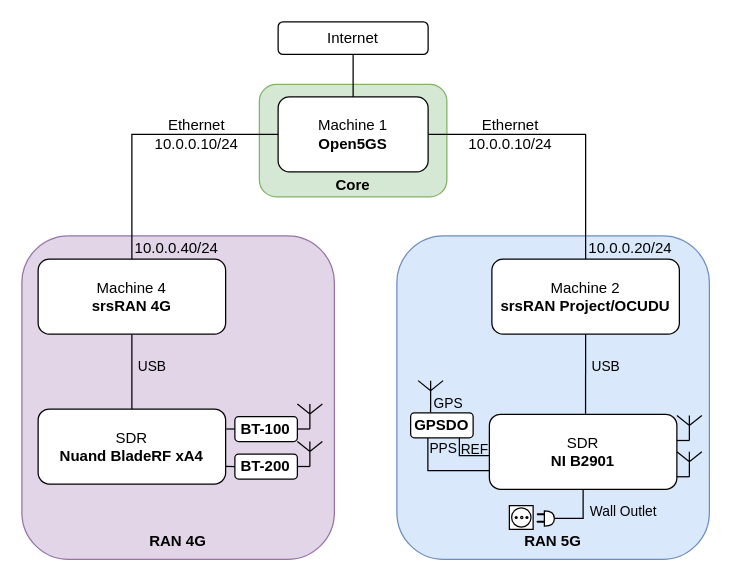
mvromao/thesis keeps this draw.io diagram as MSc_thesis/5-Figures/Testbed diagram.drawio. Above is the earlier version. Source tidied: cells renumbered, new cells numbered last; positions are measured from the earlier drawing's top-left corner, leaving out a move shared by most shapes. Both pictures are drawn from the tidied source at 125%, with x=0, y=0 at pixel (21, 21).
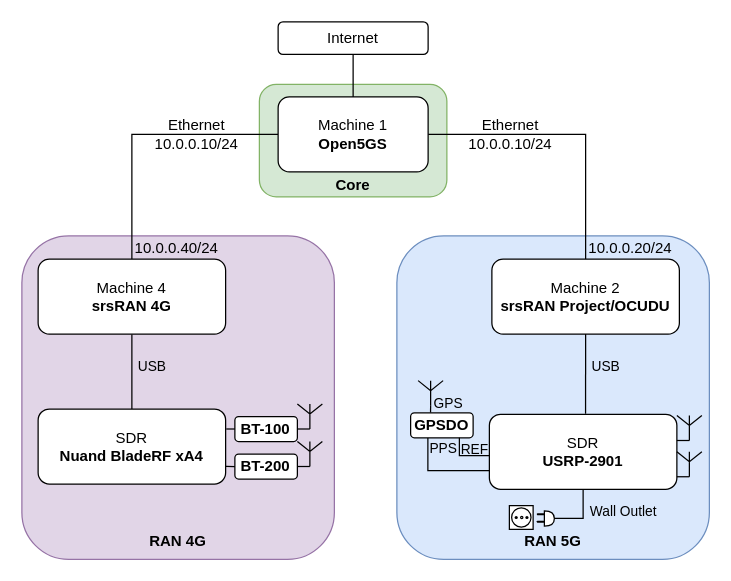
Above is the later version.

What changed in the source:
```diff
@@
-    <mxCell id="15" value="SDR&lt;div&gt;&lt;b&gt;NI B2901&lt;/b&gt;&lt;/div&gt;" style="rounded=1;whiteSpace=wrap;html=1;" parent="1" vertex="1">
+    <mxCell id="15" value="SDR&lt;div&gt;&lt;b&gt;USRP-2901&lt;/b&gt;&lt;/div&gt;" style="rounded=1;whiteSpace=wrap;html=1;" parent="1" vertex="1">
       <mxGeometry x="374" y="313.9" width="150" height="60" as="geometry" />
     </mxCell>
```
